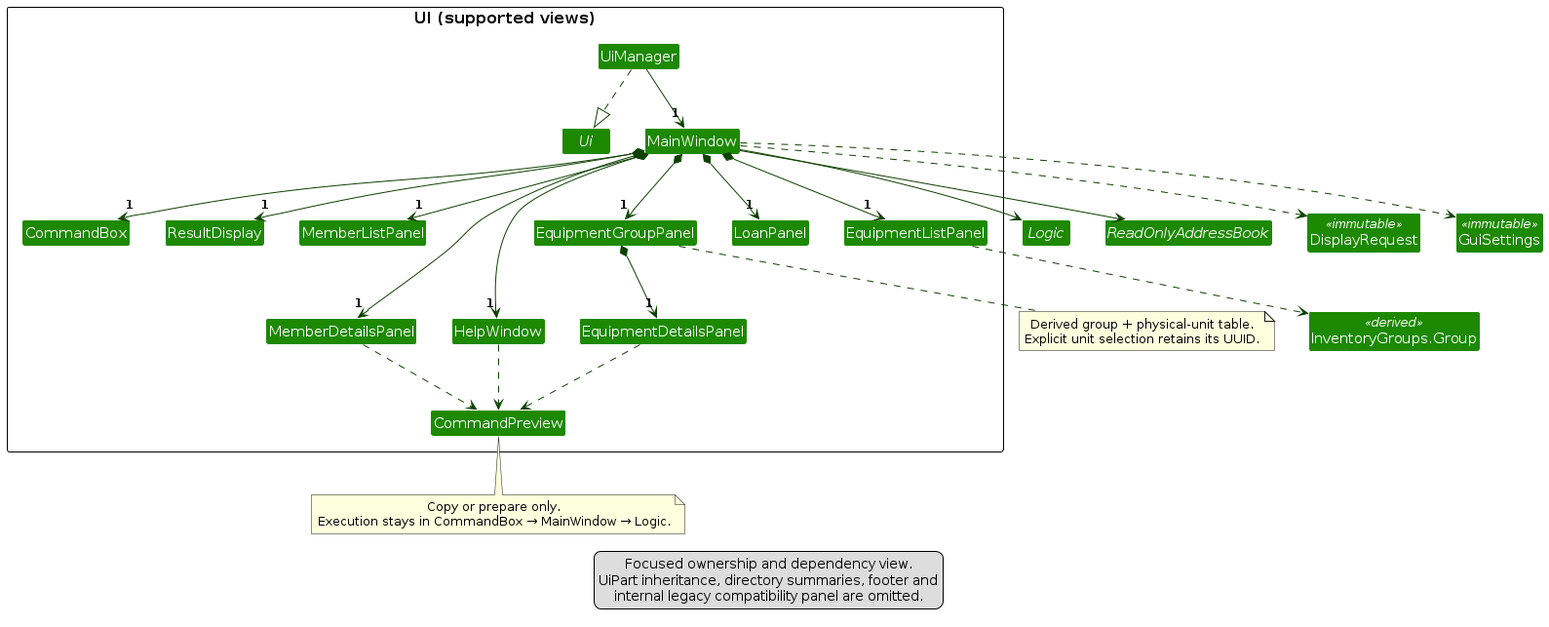
Earlier version of the PlantUML export diagrams/UiClassDiagram.png (AY2627S1-CS2103T-F15-2/tp). Its source is kept beside it as diagrams/UiClassDiagram.puml.
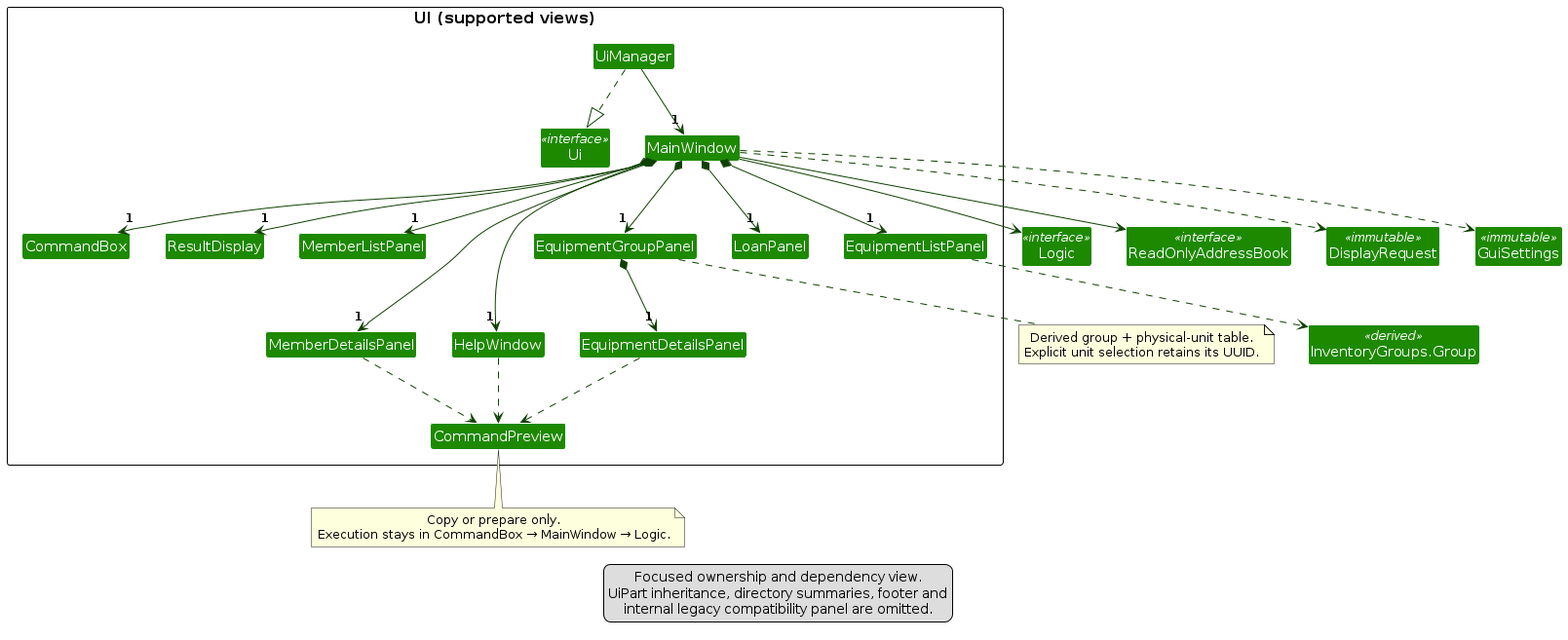
After the commit.

Diff of the diagram source:
```diff
@@ -5,7 +5,7 @@
 hide empty members
 
 package "UI (supported views)" {
-  interface Ui
+  class Ui <<interface>>
   class UiManager
   class MainWindow
   class CommandBox
@@ -19,8 +19,8 @@
   class HelpWindow
   class CommandPreview
 }
-interface Logic
-interface ReadOnlyAddressBook
+class Logic <<interface>>
+class ReadOnlyAddressBook <<interface>>
 class DisplayRequest <<immutable>>
 class "InventoryGroups.Group" as Group <<derived>>
 class GuiSettings <<immutable>>
```
